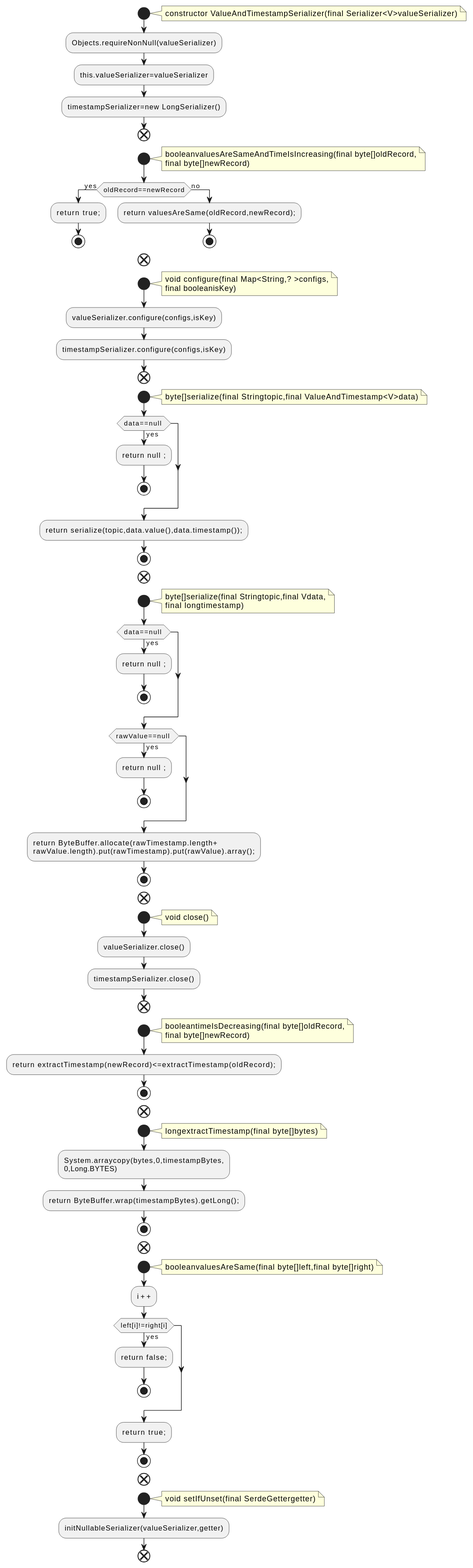
The PlantUML diagram docs/qc/streams/src/main/java/org/apache/kafka/streams/state/internals/ValueAndTimestampSerializer.java.fct.svg in qualitesys/kafka, before a commit.
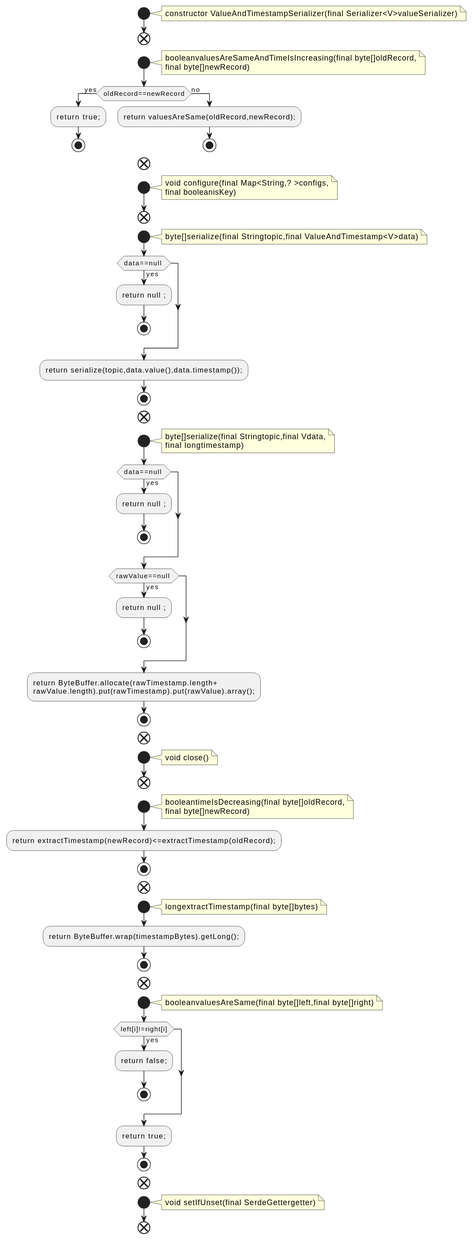
The same diagram one commit later.

Diff of the diagram source:
```diff
@@ -4,9 +4,6 @@
 note right
 constructor ValueAndTimestampSerializer(final Serializer<V>valueSerializer)
 end note
-:Objects.requireNonNull(valueSerializer);
-:this.valueSerializer=valueSerializer;
-:timestampSerializer=new LongSerializer();
 end
 start
 note right
@@ -26,8 +23,6 @@
 void configure(final Map<String,? >configs,
 final booleanisKey)
 end note
-:valueSerializer.configure(configs,isKey);
-:timestampSerializer.configure(configs,isKey);
 end
 start
 note right
@@ -61,8 +56,6 @@
 note right
 void close()
 end note
-:valueSerializer.close();
-:timestampSerializer.close();
 end
 start
 note right
@@ -76,8 +69,6 @@
 note right
 longextractTimestamp(final byte[]bytes)
 end note
-:System.arraycopy(bytes,0,timestampBytes,
-0,Long.BYTES);
 :return ByteBuffer.wrap(timestampBytes).getLong();;
 stop
 end
@@ -85,7 +76,6 @@
 note right
 booleanvaluesAreSame(final byte[]left,final byte[]right)
 end note
-:i++;
 if (left[i]!=right[i]) then (yes)
 :return false;;
 stop
@@ -97,6 +87,5 @@
 note right
 void setIfUnset(final SerdeGettergetter)
 end note
-:initNullableSerializer(valueSerializer,getter);
 end
 @enduml
```
